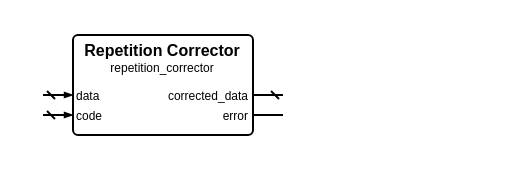
Above: sources/error_control/repetition/repetition_corrector.symbol.drawio in Louis-DR/OmniCores-BuildingBlocks (draw.io), before the change. Source tidied: cells renumbered, new cells numbered last; positions are measured from the earlier drawing's top-left corner, leaving out a move shared by most shapes. Both pictures are drawn from the tidied source at 200%, with x=0, y=0 at pixel (42, 34).
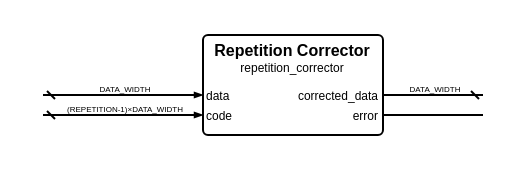
Above is the later version.

What changed in the source:
```diff
@@
     <mxCell id="2" style="group;" parent="1" vertex="1">
-      <mxGeometry width="120" height="50" as="geometry" />
+      <mxGeometry width="220" height="50" as="geometry" />
     </mxCell>
     <mxCell id="3" style="rounded=1;arcSize=5;fillColor=none;strokeWidth=1;strokeColor=black;whiteSpace=wrap;html=1;" parent="2" vertex="1">
-      <mxGeometry x="15" width="90" height="50" as="geometry" />
+      <mxGeometry x="80" width="90" height="50" as="geometry" />
     </mxCell>
     <mxCell id="4" value="Repetition Corrector" style="text;html=1;align=center;verticalAlign=middle;whiteSpace=wrap;rounded=0;fontSize=8;fontStyle=1;fontColor=black;" parent="2" vertex="1">
-      <mxGeometry x="15" y="7" width="90" as="geometry" />
+      <mxGeometry x="80" y="7" width="90" as="geometry" />
     </mxCell>
     <mxCell id="5" value="repetition_corrector" style="text;html=1;align=center;verticalAlign=middle;whiteSpace=wrap;rounded=0;fontSize=6;fontStyle=0;fontColor=black;" parent="2" vertex="1">
-      <mxGeometry x="15" y="16" width="90" as="geometry" />
+      <mxGeometry x="80" y="16" width="90" as="geometry" />
     </mxCell>
     <mxCell id="6" value="data" style="text;html=1;align=left;verticalAlign=middle;whiteSpace=wrap;rounded=0;fontSize=6;fontStyle=0;fontColor=black;" parent="2" vertex="1">
-      <mxGeometry x="15" y="30" width="90" as="geometry" />
+      <mxGeometry x="80" y="30" width="90" as="geometry" />
     </mxCell>
     <mxCell id="7" style="html=1;rounded=1;strokeWidth=1;strokeColor=black;startFill=0;startSize=2;startArrow=dash;endFill=1;endSize=2;endArrow=blockThin;sourcePerimeterSpacing=0;" parent="2" edge="1">
       <mxGeometry relative="1" as="geometry">
         <mxPoint y="30" as="sourcePoint" />
-        <mxPoint x="15" y="30" as="targetPoint" />
+        <mxPoint x="80" y="30" as="targetPoint" />
       </mxGeometry>
     </mxCell>
+    <mxCell id="14" value="DATA_WIDTH" style="text;html=1;align=center;verticalAlign=middle;whiteSpace=nowrap;rounded=0;fontSize=4;fontStyle=0;fontColor=black;" parent="2" vertex="1">
+      <mxGeometry x="40" y="27" as="geometry" />
+    </mxCell>
     <mxCell id="8" value="corrected_data" style="text;html=1;align=right;verticalAlign=middle;whiteSpace=wrap;rounded=0;fontSize=6;fontStyle=0;fontColor=black;" parent="2" vertex="1">
-      <mxGeometry x="15" y="30" width="90" as="geometry" />
+      <mxGeometry x="80" y="30" width="90" as="geometry" />
     </mxCell>
     <mxCell id="9" style="html=1;rounded=1;strokeWidth=1;strokeColor=black;startFill=0;startSize=2;startArrow=dash;endFill=1;endSize=2;endArrow=none;sourcePerimeterSpacing=0;" parent="2" edge="1">
       <mxGeometry relative="1" as="geometry">
-        <mxPoint x="120" y="30" as="sourcePoint" />
-        <mxPoint x="105" y="30" as="targetPoint" />
+        <mxPoint x="220" y="30" as="sourcePoint" />
+        <mxPoint x="170" y="30" as="targetPoint" />
       </mxGeometry>
     </mxCell>
+    <mxCell id="15" value="DATA_WIDTH" style="text;html=1;align=center;verticalAlign=middle;whiteSpace=nowrap;rounded=0;fontSize=4;fontStyle=0;fontColor=black;" parent="2" vertex="1">
+      <mxGeometry x="195" y="27" as="geometry" />
+    </mxCell>
     <mxCell id="10" value="code" style="text;html=1;align=left;verticalAlign=middle;whiteSpace=wrap;rounded=0;fontSize=6;fontStyle=0;fontColor=black;" parent="2" vertex="1">
-      <mxGeometry x="15" y="40" width="90" as="geometry" />
+      <mxGeometry x="80" y="40" width="90" as="geometry" />
     </mxCell>
     <mxCell id="11" style="html=1;rounded=1;strokeWidth=1;strokeColor=black;startFill=0;startSize=2;startArrow=dash;endFill=1;endSize=2;endArrow=blockThin;sourcePerimeterSpacing=0;" parent="2" edge="1">
       <mxGeometry relative="1" as="geometry">
         <mxPoint y="40" as="sourcePoint" />
-        <mxPoint x="15" y="40" as="targetPoint" />
+        <mxPoint x="80" y="40" as="targetPoint" />
       </mxGeometry>
     </mxCell>
+    <mxCell id="16" value="(REPETITION-1)×DATA_WIDTH" style="text;html=1;align=center;verticalAlign=middle;whiteSpace=nowrap;rounded=0;fontSize=4;fontStyle=0;fontColor=black;" parent="2" vertex="1">
+      <mxGeometry x="40" y="37" as="geometry" />
+    </mxCell>
     <mxCell id="12" value="error" style="text;html=1;align=right;verticalAlign=middle;whiteSpace=wrap;rounded=0;fontSize=6;fontStyle=0;fontColor=black;" parent="2" vertex="1">
-      <mxGeometry x="15" y="40" width="90" as="geometry" />
+      <mxGeometry x="80" y="40" width="90" as="geometry" />
     </mxCell>
     <mxCell id="13" style="html=1;rounded=1;strokeWidth=1;strokeColor=black;startFill=0;startSize=2;startArrow=none;endFill=1;endSize=2;endArrow=none;sourcePerimeterSpacing=0;" parent="2" edge="1">
       <mxGeometry relative="1" as="geometry">
-        <mxPoint x="120" y="40" as="sourcePoint" />
-        <mxPoint x="105" y="40" as="targetPoint" />
+        <mxPoint x="220" y="40" as="sourcePoint" />
+        <mxPoint x="170" y="40" as="targetPoint" />
       </mxGeometry>
     </mxCell>
```
